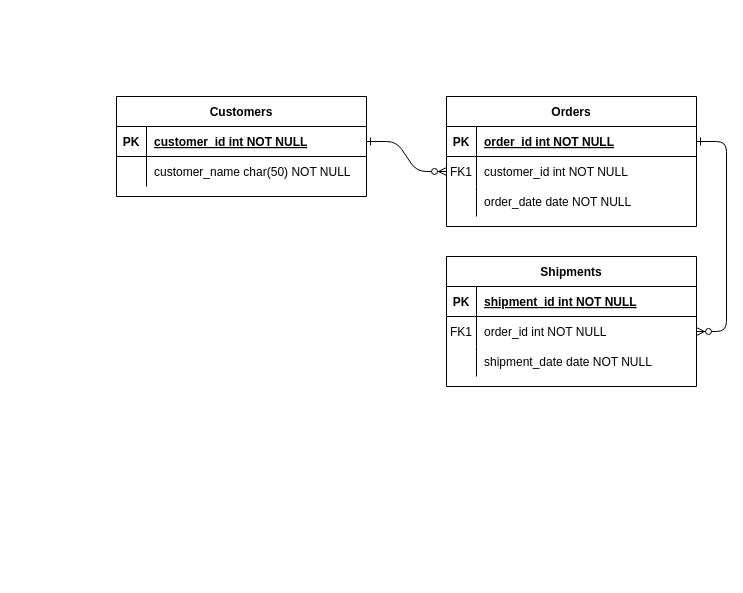
Above: Diagrama sin título.drawio in Baterik/Abarrotes-Don-Rufino (draw.io), before the change. Source tidied: cells renumbered, new cells numbered last; positions are measured from the earlier drawing's top-left corner, leaving out a move shared by most shapes. Both pictures are drawn from the tidied source at 100%, with x=0, y=0 at pixel (116, 96).
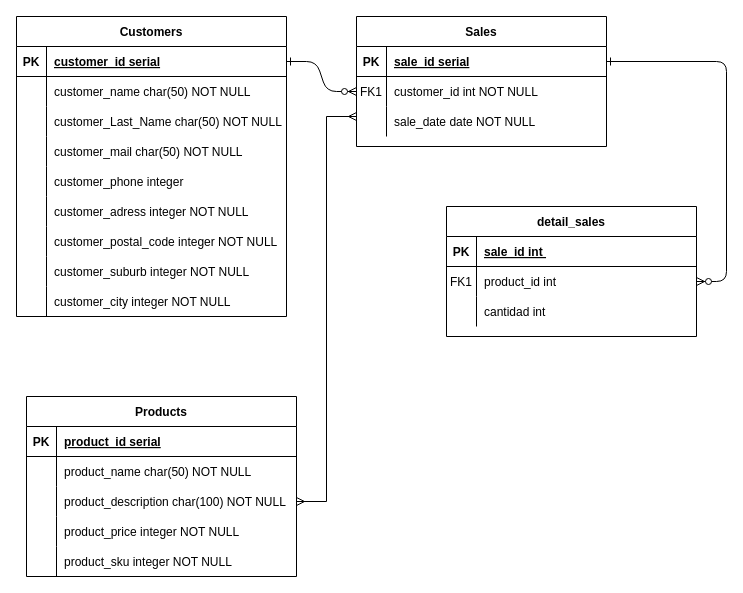
Above is the later version.

The change refers to these unchanged cells:
```xml
<mxCell id="5" style="shape=partialRectangle;fillColor=none;points=[[0,0.5],[1,0.5]];portConstraint=eastwest;top=0;left=0;right=0;bottom=1;" parent="4" vertex="1">
  <mxGeometry y="30" width="250" height="30" as="geometry" />
</mxCell>
<mxCell id="11" style="shape=partialRectangle;fillColor=none;top=0;left=0;right=0;bottom=0;" parent="4" vertex="1">
  <mxGeometry y="90" width="250" height="30" as="geometry" />
</mxCell>
<mxCell id="15" style="shape=partialRectangle;fillColor=none;top=0;left=0;right=0;bottom=1;" parent="14" vertex="1">
  <mxGeometry y="30" width="250" height="30" as="geometry" />
</mxCell>
<mxCell id="18" style="shape=partialRectangle;fillColor=none;points=[[0,0.5],[1,0.5]];portConstraint=eastwest;top=0;left=0;right=0;bottom=0;" parent="14" vertex="1">
  <mxGeometry y="60" width="250" height="30" as="geometry" />
</mxCell>
<mxCell id="21" style="shape=partialRectangle;fillColor=none;top=0;left=0;right=0;bottom=0;" parent="14" vertex="1">
  <mxGeometry y="90" width="250" height="30" as="geometry" />
</mxCell>
```

The edit, as a diff of the source:
```diff
@@
-    <mxCell id="4" value="Orders" style="shape=table;startSize=30;childLayout=tableLayout;rowLines=0;fontStyle=1;align=center;" parent="1" vertex="1">
-      <mxGeometry x="330" width="250" height="130" as="geometry" />
+    <mxCell id="4" value="Sales" style="shape=table;startSize=30;childLayout=tableLayout;rowLines=0;fontStyle=1;align=center;" parent="1" vertex="1">
+      <mxGeometry x="240" y="-80" width="250" height="130" as="geometry" />
     </mxCell>
@@
-    <mxCell id="7" value="order_id int NOT NULL " style="shape=partialRectangle;overflow=hidden;fillColor=none;top=0;left=0;bottom=0;right=0;align=left;spacingLeft=6;fontStyle=5;" parent="5" vertex="1">
+    <mxCell id="7" value="sale_id serial" style="shape=partialRectangle;overflow=hidden;fillColor=none;top=0;left=0;bottom=0;right=0;align=left;spacingLeft=6;fontStyle=5;" parent="5" vertex="1">
       <mxGeometry x="30" width="220" height="30" as="geometry" />
     </mxCell>
@@
-    <mxCell id="13" value="order_date date NOT NULL" style="shape=partialRectangle;overflow=hidden;fillColor=none;top=0;left=0;bottom=0;right=0;align=left;spacingLeft=6;" parent="11" vertex="1">
+    <mxCell id="13" value="sale_date date NOT NULL" style="shape=partialRectangle;overflow=hidden;fillColor=none;top=0;left=0;bottom=0;right=0;align=left;spacingLeft=6;" parent="11" vertex="1">
       <mxGeometry x="30" width="220" height="30" as="geometry" />
     </mxCell>
-    <mxCell id="14" value="Shipments" style="shape=table;startSize=30;childLayout=tableLayout;rowLines=0;fontStyle=1;align=center;" parent="1" vertex="1">
-      <mxGeometry x="330" y="160" width="250" height="130" as="geometry" />
+    <mxCell id="14" value="detail_sales" style="shape=table;startSize=30;childLayout=tableLayout;rowLines=0;fontStyle=1;align=center;" parent="1" vertex="1">
+      <mxGeometry x="330" y="110" width="250" height="130" as="geometry" />
     </mxCell>
@@
-    <mxCell id="17" value="shipment_id int NOT NULL " style="shape=partialRectangle;overflow=hidden;fillColor=none;top=0;left=0;bottom=0;right=0;align=left;spacingLeft=6;fontStyle=5;" parent="15" vertex="1">
+    <mxCell id="17" value="sale_id int " style="shape=partialRectangle;overflow=hidden;fillColor=none;top=0;left=0;bottom=0;right=0;align=left;spacingLeft=6;fontStyle=5;" parent="15" vertex="1">
       <mxGeometry x="30" width="220" height="30" as="geometry" />
     </mxCell>
@@
-    <mxCell id="20" value="order_id int NOT NULL" style="shape=partialRectangle;overflow=hidden;fillColor=none;top=0;left=0;bottom=0;right=0;align=left;spacingLeft=6;" parent="18" vertex="1">
+    <mxCell id="20" value="product_id int" style="shape=partialRectangle;overflow=hidden;fillColor=none;top=0;left=0;bottom=0;right=0;align=left;spacingLeft=6;" parent="18" vertex="1">
       <mxGeometry x="30" width="220" height="30" as="geometry" />
     </mxCell>
@@
-    <mxCell id="23" value="shipment_date date NOT NULL" style="shape=partialRectangle;overflow=hidden;fillColor=none;top=0;left=0;bottom=0;right=0;align=left;spacingLeft=6;" parent="21" vertex="1">
+    <mxCell id="23" value="cantidad int" style="shape=partialRectangle;overflow=hidden;fillColor=none;top=0;left=0;bottom=0;right=0;align=left;spacingLeft=6;" parent="21" vertex="1">
       <mxGeometry x="30" width="220" height="30" as="geometry" />
     </mxCell>
     <mxCell id="24" value="Customers" style="shape=table;startSize=30;childLayout=tableLayout;rowLines=0;fontStyle=1;align=center;" parent="1" vertex="1">
-      <mxGeometry width="250" height="100" as="geometry" />
+      <mxGeometry x="-100" y="-80" width="270" height="300" as="geometry" />
     </mxCell>
     <mxCell id="25" style="shape=partialRectangle;fillColor=none;points=[[0,0.5],[1,0.5]];portConstraint=eastwest;top=0;left=0;right=0;bottom=1;" parent="24" vertex="1">
-      <mxGeometry y="30" width="250" height="30" as="geometry" />
+      <mxGeometry y="30" width="270" height="30" as="geometry" />
     </mxCell>
@@
-    <mxCell id="27" value="customer_id int NOT NULL " style="shape=partialRectangle;overflow=hidden;fillColor=none;top=0;left=0;bottom=0;right=0;align=left;spacingLeft=6;fontStyle=5;" parent="25" vertex="1">
-      <mxGeometry x="30" width="220" height="30" as="geometry" />
+    <mxCell id="27" value="customer_id serial" style="shape=partialRectangle;overflow=hidden;fillColor=none;top=0;left=0;bottom=0;right=0;align=left;spacingLeft=6;fontStyle=5;" parent="25" vertex="1">
+      <mxGeometry x="30" width="240" height="30" as="geometry" />
     </mxCell>
     <mxCell id="28" style="shape=partialRectangle;fillColor=none;top=0;left=0;right=0;bottom=0;" parent="24" vertex="1">
-      <mxGeometry y="60" width="250" height="30" as="geometry" />
+      <mxGeometry y="60" width="270" height="30" as="geometry" />
     </mxCell>
@@
     <mxCell id="30" value="customer_name char(50) NOT NULL" style="shape=partialRectangle;overflow=hidden;fillColor=none;top=0;left=0;bottom=0;right=0;align=left;spacingLeft=6;" parent="28" vertex="1">
-      <mxGeometry x="30" width="220" height="30" as="geometry" />
+      <mxGeometry x="30" width="240" height="30" as="geometry" />
     </mxCell>
+    <mxCell id="31" style="shape=partialRectangle;fillColor=none;top=0;left=0;right=0;bottom=0;" parent="24" vertex="1">
+      <mxGeometry y="90" width="270" height="30" as="geometry" />
+    </mxCell>
+    <mxCell id="32" style="shape=partialRectangle;overflow=hidden;fillColor=none;top=0;left=0;bottom=0;right=0;" parent="31" vertex="1">
+      <mxGeometry width="30" height="30" as="geometry" />
+    </mxCell>
+    <mxCell id="33" value="customer_Last_Name char(50) NOT NULL" style="shape=partialRectangle;overflow=hidden;fillColor=none;top=0;left=0;bottom=0;right=0;align=left;spacingLeft=6;" parent="31" vertex="1">
+      <mxGeometry x="30" width="240" height="30" as="geometry" />
+    </mxCell>
+    <mxCell id="34" style="shape=partialRectangle;fillColor=none;top=0;left=0;right=0;bottom=0;" parent="24" vertex="1">
+      <mxGeometry y="120" width="270" height="30" as="geometry" />
+    </mxCell>
+    <mxCell id="35" style="shape=partialRectangle;overflow=hidden;fillColor=none;top=0;left=0;bottom=0;right=0;" parent="34" vertex="1">
+      <mxGeometry width="30" height="30" as="geometry" />
+    </mxCell>
+    <mxCell id="36" value="customer_mail char(50) NOT NULL" style="shape=partialRectangle;overflow=hidden;fillColor=none;top=0;left=0;bottom=0;right=0;align=left;spacingLeft=6;" parent="34" vertex="1">
+      <mxGeometry x="30" width="240" height="30" as="geometry" />
+    </mxCell>
+    <mxCell id="37" style="shape=partialRectangle;fillColor=none;top=0;left=0;right=0;bottom=0;" parent="24" vertex="1">
+      <mxGeometry y="150" width="270" height="30" as="geometry" />
+    </mxCell>
+    <mxCell id="38" style="shape=partialRectangle;overflow=hidden;fillColor=none;top=0;left=0;bottom=0;right=0;" parent="37" vertex="1">
+      <mxGeometry width="30" height="30" as="geometry" />
+    </mxCell>
+    <mxCell id="39" value="customer_phone integer" style="shape=partialRectangle;overflow=hidden;fillColor=none;top=0;left=0;bottom=0;right=0;align=left;spacingLeft=6;" parent="37" vertex="1">
+      <mxGeometry x="30" width="240" height="30" as="geometry" />
+    </mxCell>
+    <mxCell id="40" style="shape=partialRectangle;fillColor=none;top=0;left=0;right=0;bottom=0;" parent="24" vertex="1">
+      <mxGeometry y="180" width="270" height="30" as="geometry" />
+    </mxCell>
+    <mxCell id="41" style="shape=partialRectangle;overflow=hidden;fillColor=none;top=0;left=0;bottom=0;right=0;" parent="40" vertex="1">
+      <mxGeometry width="30" height="30" as="geometry" />
+    </mxCell>
+    <mxCell id="42" value="customer_adress integer NOT NULL" style="shape=partialRectangle;overflow=hidden;fillColor=none;top=0;left=0;bottom=0;right=0;align=left;spacingLeft=6;" parent="40" vertex="1">
+      <mxGeometry x="30" width="240" height="30" as="geometry" />
+    </mxCell>
+    <mxCell id="43" style="shape=partialRectangle;fillColor=none;top=0;left=0;right=0;bottom=0;" parent="24" vertex="1">
+      <mxGeometry y="210" width="270" height="30" as="geometry" />
+    </mxCell>
+    <mxCell id="44" style="shape=partialRectangle;overflow=hidden;fillColor=none;top=0;left=0;bottom=0;right=0;" parent="43" vertex="1">
+      <mxGeometry width="30" height="30" as="geometry" />
+    </mxCell>
+    <mxCell id="45" value="customer_postal_code integer NOT NULL" style="shape=partialRectangle;overflow=hidden;fillColor=none;top=0;left=0;bottom=0;right=0;align=left;spacingLeft=6;" parent="43" vertex="1">
+      <mxGeometry x="30" width="240" height="30" as="geometry" />
+    </mxCell>
+    <mxCell id="46" style="shape=partialRectangle;fillColor=none;top=0;left=0;right=0;bottom=0;" parent="24" vertex="1">
+      <mxGeometry y="240" width="270" height="30" as="geometry" />
+    </mxCell>
+    <mxCell id="47" style="shape=partialRectangle;overflow=hidden;fillColor=none;top=0;left=0;bottom=0;right=0;" parent="46" vertex="1">
+      <mxGeometry width="30" height="30" as="geometry" />
+    </mxCell>
+    <mxCell id="48" value="customer_suburb integer NOT NULL" style="shape=partialRectangle;overflow=hidden;fillColor=none;top=0;left=0;bottom=0;right=0;align=left;spacingLeft=6;" parent="46" vertex="1">
+      <mxGeometry x="30" width="240" height="30" as="geometry" />
+    </mxCell>
+    <mxCell id="49" style="shape=partialRectangle;fillColor=none;top=0;left=0;right=0;bottom=0;" parent="24" vertex="1">
+      <mxGeometry y="270" width="270" height="30" as="geometry" />
+    </mxCell>
+    <mxCell id="50" style="shape=partialRectangle;overflow=hidden;fillColor=none;top=0;left=0;bottom=0;right=0;" parent="49" vertex="1">
+      <mxGeometry width="30" height="30" as="geometry" />
+    </mxCell>
+    <mxCell id="51" value="customer_city integer NOT NULL" style="shape=partialRectangle;overflow=hidden;fillColor=none;top=0;left=0;bottom=0;right=0;align=left;spacingLeft=6;" parent="49" vertex="1">
+      <mxGeometry x="30" width="240" height="30" as="geometry" />
+    </mxCell>
+    <mxCell id="52" value="Products" style="shape=table;startSize=30;childLayout=tableLayout;rowLines=0;fontStyle=1;align=center;" parent="1" vertex="1">
+      <mxGeometry x="-90" y="300" width="270" height="180" as="geometry" />
+    </mxCell>
+    <mxCell id="53" style="shape=partialRectangle;fillColor=none;top=0;left=0;right=0;bottom=1;" parent="52" vertex="1">
+      <mxGeometry y="30" width="270" height="30" as="geometry" />
+    </mxCell>
+    <mxCell id="54" value="PK" style="shape=partialRectangle;overflow=hidden;fillColor=none;top=0;left=0;bottom=0;right=0;fontStyle=1;" parent="53" vertex="1">
+      <mxGeometry width="30" height="30" as="geometry" />
+    </mxCell>
+    <mxCell id="55" value="product_id serial" style="shape=partialRectangle;overflow=hidden;fillColor=none;top=0;left=0;bottom=0;right=0;align=left;spacingLeft=6;fontStyle=5;" parent="53" vertex="1">
+      <mxGeometry x="30" width="240" height="30" as="geometry" />
+    </mxCell>
+    <mxCell id="56" style="shape=partialRectangle;fillColor=none;top=0;left=0;right=0;bottom=0;" parent="52" vertex="1">
+      <mxGeometry y="60" width="270" height="30" as="geometry" />
+    </mxCell>
+    <mxCell id="57" style="shape=partialRectangle;overflow=hidden;fillColor=none;top=0;left=0;bottom=0;right=0;" parent="56" vertex="1">
+      <mxGeometry width="30" height="30" as="geometry" />
+    </mxCell>
+    <mxCell id="58" value="product_name char(50) NOT NULL" style="shape=partialRectangle;overflow=hidden;fillColor=none;top=0;left=0;bottom=0;right=0;align=left;spacingLeft=6;" parent="56" vertex="1">
+      <mxGeometry x="30" width="240" height="30" as="geometry" />
+    </mxCell>
+    <mxCell id="59" style="shape=partialRectangle;fillColor=none;points=[[0,0.5],[1,0.5]];portConstraint=eastwest;top=0;left=0;right=0;bottom=0;" parent="52" vertex="1">
+      <mxGeometry y="90" width="270" height="30" as="geometry" />
+    </mxCell>
+    <mxCell id="60" style="shape=partialRectangle;overflow=hidden;fillColor=none;top=0;left=0;bottom=0;right=0;" parent="59" vertex="1">
+      <mxGeometry width="30" height="30" as="geometry" />
+    </mxCell>
+    <mxCell id="61" value="product_description char(100) NOT NULL" style="shape=partialRectangle;overflow=hidden;fillColor=none;top=0;left=0;bottom=0;right=0;align=left;spacingLeft=6;" parent="59" vertex="1">
+      <mxGeometry x="30" width="240" height="30" as="geometry" />
+    </mxCell>
+    <mxCell id="62" style="shape=partialRectangle;fillColor=none;top=0;left=0;right=0;bottom=0;" parent="52" vertex="1">
+      <mxGeometry y="120" width="270" height="30" as="geometry" />
+    </mxCell>
+    <mxCell id="63" style="shape=partialRectangle;overflow=hidden;fillColor=none;top=0;left=0;bottom=0;right=0;" parent="62" vertex="1">
+      <mxGeometry width="30" height="30" as="geometry" />
+    </mxCell>
+    <mxCell id="64" value="product_price integer NOT NULL" style="shape=partialRectangle;overflow=hidden;fillColor=none;top=0;left=0;bottom=0;right=0;align=left;spacingLeft=6;" parent="62" vertex="1">
+      <mxGeometry x="30" width="240" height="30" as="geometry" />
+    </mxCell>
+    <mxCell id="65" style="shape=partialRectangle;fillColor=none;top=0;left=0;right=0;bottom=0;" parent="52" vertex="1">
+      <mxGeometry y="150" width="270" height="30" as="geometry" />
+    </mxCell>
+    <mxCell id="66" style="shape=partialRectangle;overflow=hidden;fillColor=none;top=0;left=0;bottom=0;right=0;" parent="65" vertex="1">
+      <mxGeometry width="30" height="30" as="geometry" />
+    </mxCell>
+    <mxCell id="67" value="product_sku integer NOT NULL" style="shape=partialRectangle;overflow=hidden;fillColor=none;top=0;left=0;bottom=0;right=0;align=left;spacingLeft=6;" parent="65" vertex="1">
+      <mxGeometry x="30" width="240" height="30" as="geometry" />
+    </mxCell>
+    <mxCell id="68" style="edgeStyle=entityRelationEdgeStyle;fontSize=12;html=1;endArrow=ERmany;startArrow=ERmany;rounded=0;entryX=-0.02;entryY=0.9;entryDx=0;entryDy=0;entryPerimeter=0;exitX=1;exitY=0.5;exitDx=0;exitDy=0;" parent="1" edge="1" source="59">
+      <mxGeometry relative="1" as="geometry">
+        <mxPoint x="240" y="20" as="targetPoint" />
+        <Array as="points">
+          <mxPoint x="365" y="73" />
+          <mxPoint x="285" y="93" />
+          <mxPoint x="365" y="43" />
+          <mxPoint x="365" y="73" />
+        </Array>
+      </mxGeometry>
+    </mxCell>
```
